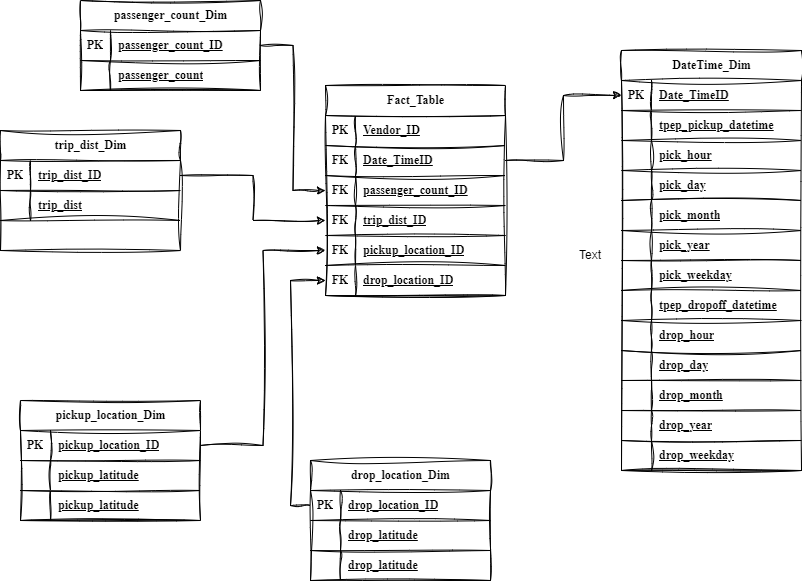
Above: Data_Modelling.drawio.png in SiddharthChavan23/Uber_ETL_Pipeline_DataEngg (draw.io), before the change. Source tidied: cells renumbered, new cells last; positions are measured from the earlier drawing's top-left corner, leaving out a move shared by most shapes.
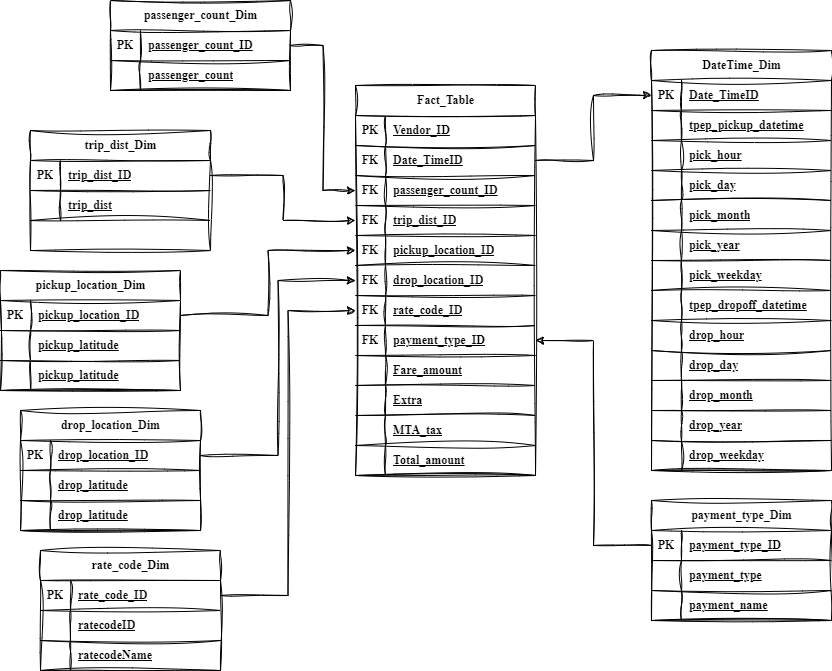
The same file after the commit.

Change to the diagram source:
```diff
@@ -1,9 +1,9 @@
-<mxGraphModel>
+<mxGraphModel background="#FFFFFF">
   <root>
     <mxCell id="0" />
     <mxCell id="1" parent="0" />
     <mxCell id="2" value="Fact_Table" style="shape=table;startSize=30;rowLines=0;fontStyle=1;align=center;html=1;shadow=0;labelBorderColor=none;labelBackgroundColor=none;fontFamily=Times New Roman;sketch=1;curveFitting=1;jiggle=2;swimlaneLine=1;" parent="1" vertex="1">
-      <mxGeometry x="325" y="85" width="180" height="210" as="geometry" />
+      <mxGeometry x="325" y="85" width="180" height="390" as="geometry" />
     </mxCell>
     <mxCell id="3" style="shape=tableRow;horizontal=0;startSize=0;swimlaneHead=0;swimlaneBody=0;fillColor=none;top=0;left=0;right=0;bottom=1;shadow=0;labelBorderColor=none;labelBackgroundColor=none;fontFamily=Times New Roman;sketch=1;curveFitting=1;jiggle=2;swimlaneLine=1;" parent="2" vertex="1">
       <mxGeometry y="30" width="180" height="30" as="geometry" />
@@ -59,6 +59,60 @@
     <mxCell id="20" value="drop_location_ID" style="shape=partialRectangle;fillColor=none;top=0;left=0;bottom=0;right=0;align=left;spacingLeft=6;fontStyle=5;overflow=hidden;whiteSpace=wrap;html=1;shadow=0;labelBorderColor=none;labelBackgroundColor=none;fontFamily=Times New Roman;sketch=1;curveFitting=1;jiggle=2;swimlaneLine=1;" parent="18" vertex="1">
       <mxGeometry x="30" width="150" height="30" as="geometry" />
     </mxCell>
+    <mxCell id="101" style="shape=tableRow;horizontal=0;startSize=0;swimlaneHead=0;swimlaneBody=0;fillColor=none;points=[[0,0.5],[1,0.5]];portConstraint=eastwest;top=0;left=0;right=0;bottom=1;shadow=0;labelBorderColor=none;labelBackgroundColor=none;fontFamily=Times New Roman;sketch=1;curveFitting=1;jiggle=2;swimlaneLine=1;" parent="2" vertex="1">
+      <mxGeometry y="210" width="180" height="30" as="geometry" />
+    </mxCell>
+    <mxCell id="102" value="FK" style="shape=partialRectangle;fillColor=none;top=0;left=0;bottom=0;right=0;fontStyle=1;overflow=hidden;whiteSpace=wrap;html=1;shadow=0;labelBorderColor=none;labelBackgroundColor=none;fontFamily=Times New Roman;sketch=1;curveFitting=1;jiggle=2;swimlaneLine=1;" parent="101" vertex="1">
+      <mxGeometry width="30" height="30" as="geometry" />
+    </mxCell>
+    <mxCell id="103" value="rate_code_ID" style="shape=partialRectangle;fillColor=none;top=0;left=0;bottom=0;right=0;align=left;spacingLeft=6;fontStyle=5;overflow=hidden;whiteSpace=wrap;html=1;shadow=0;labelBorderColor=none;labelBackgroundColor=none;fontFamily=Times New Roman;sketch=1;curveFitting=1;jiggle=2;swimlaneLine=1;" parent="101" vertex="1">
+      <mxGeometry x="30" width="150" height="30" as="geometry" />
+    </mxCell>
+    <mxCell id="104" style="shape=tableRow;horizontal=0;startSize=0;swimlaneHead=0;swimlaneBody=0;fillColor=none;points=[[0,0.5],[1,0.5]];portConstraint=eastwest;top=0;left=0;right=0;bottom=1;shadow=0;labelBorderColor=none;labelBackgroundColor=none;fontFamily=Times New Roman;sketch=1;curveFitting=1;jiggle=2;swimlaneLine=1;" parent="2" vertex="1">
+      <mxGeometry y="240" width="180" height="30" as="geometry" />
+    </mxCell>
+    <mxCell id="105" value="FK" style="shape=partialRectangle;fillColor=none;top=0;left=0;bottom=0;right=0;fontStyle=1;overflow=hidden;whiteSpace=wrap;html=1;shadow=0;labelBorderColor=none;labelBackgroundColor=none;fontFamily=Times New Roman;sketch=1;curveFitting=1;jiggle=2;swimlaneLine=1;" parent="104" vertex="1">
+      <mxGeometry width="30" height="30" as="geometry" />
+    </mxCell>
+    <mxCell id="106" value="payment_type_ID" style="shape=partialRectangle;fillColor=none;top=0;left=0;bottom=0;right=0;align=left;spacingLeft=6;fontStyle=5;overflow=hidden;whiteSpace=wrap;html=1;shadow=0;labelBorderColor=none;labelBackgroundColor=none;fontFamily=Times New Roman;sketch=1;curveFitting=1;jiggle=2;swimlaneLine=1;" parent="104" vertex="1">
+      <mxGeometry x="30" width="150" height="30" as="geometry" />
+    </mxCell>
+    <mxCell id="107" style="shape=tableRow;horizontal=0;startSize=0;swimlaneHead=0;swimlaneBody=0;fillColor=none;top=0;left=0;right=0;bottom=1;shadow=0;labelBorderColor=none;labelBackgroundColor=none;fontFamily=Times New Roman;sketch=1;curveFitting=1;jiggle=2;swimlaneLine=1;" parent="2" vertex="1">
+      <mxGeometry y="270" width="180" height="30" as="geometry" />
+    </mxCell>
+    <mxCell id="108" style="shape=partialRectangle;fillColor=none;top=0;left=0;bottom=0;right=0;fontStyle=1;overflow=hidden;whiteSpace=wrap;html=1;shadow=0;labelBorderColor=none;labelBackgroundColor=none;fontFamily=Times New Roman;sketch=1;curveFitting=1;jiggle=2;swimlaneLine=1;" parent="107" vertex="1">
+      <mxGeometry width="30" height="30" as="geometry" />
+    </mxCell>
+    <mxCell id="109" value="Fare_amount" style="shape=partialRectangle;fillColor=none;top=0;left=0;bottom=0;right=0;align=left;spacingLeft=6;fontStyle=5;overflow=hidden;whiteSpace=wrap;html=1;shadow=0;labelBorderColor=none;labelBackgroundColor=none;fontFamily=Times New Roman;sketch=1;curveFitting=1;jiggle=2;swimlaneLine=1;" parent="107" vertex="1">
+      <mxGeometry x="30" width="150" height="30" as="geometry" />
+    </mxCell>
+    <mxCell id="110" style="shape=tableRow;horizontal=0;startSize=0;swimlaneHead=0;swimlaneBody=0;fillColor=none;top=0;left=0;right=0;bottom=1;shadow=0;labelBorderColor=none;labelBackgroundColor=none;fontFamily=Times New Roman;sketch=1;curveFitting=1;jiggle=2;swimlaneLine=1;" parent="2" vertex="1">
+      <mxGeometry y="300" width="180" height="30" as="geometry" />
+    </mxCell>
+    <mxCell id="111" style="shape=partialRectangle;fillColor=none;top=0;left=0;bottom=0;right=0;fontStyle=1;overflow=hidden;whiteSpace=wrap;html=1;shadow=0;labelBorderColor=none;labelBackgroundColor=none;fontFamily=Times New Roman;sketch=1;curveFitting=1;jiggle=2;swimlaneLine=1;" parent="110" vertex="1">
+      <mxGeometry width="30" height="30" as="geometry" />
+    </mxCell>
+    <mxCell id="112" value="Extra" style="shape=partialRectangle;fillColor=none;top=0;left=0;bottom=0;right=0;align=left;spacingLeft=6;fontStyle=5;overflow=hidden;whiteSpace=wrap;html=1;shadow=0;labelBorderColor=none;labelBackgroundColor=none;fontFamily=Times New Roman;sketch=1;curveFitting=1;jiggle=2;swimlaneLine=1;" parent="110" vertex="1">
+      <mxGeometry x="30" width="150" height="30" as="geometry" />
+    </mxCell>
+    <mxCell id="113" style="shape=tableRow;horizontal=0;startSize=0;swimlaneHead=0;swimlaneBody=0;fillColor=none;top=0;left=0;right=0;bottom=1;shadow=0;labelBorderColor=none;labelBackgroundColor=none;fontFamily=Times New Roman;sketch=1;curveFitting=1;jiggle=2;swimlaneLine=1;" parent="2" vertex="1">
+      <mxGeometry y="330" width="180" height="30" as="geometry" />
+    </mxCell>
+    <mxCell id="114" style="shape=partialRectangle;fillColor=none;top=0;left=0;bottom=0;right=0;fontStyle=1;overflow=hidden;whiteSpace=wrap;html=1;shadow=0;labelBorderColor=none;labelBackgroundColor=none;fontFamily=Times New Roman;sketch=1;curveFitting=1;jiggle=2;swimlaneLine=1;" parent="113" vertex="1">
+      <mxGeometry width="30" height="30" as="geometry" />
+    </mxCell>
+    <mxCell id="115" value="MTA_tax" style="shape=partialRectangle;fillColor=none;top=0;left=0;bottom=0;right=0;align=left;spacingLeft=6;fontStyle=5;overflow=hidden;whiteSpace=wrap;html=1;shadow=0;labelBorderColor=none;labelBackgroundColor=none;fontFamily=Times New Roman;sketch=1;curveFitting=1;jiggle=2;swimlaneLine=1;" parent="113" vertex="1">
+      <mxGeometry x="30" width="150" height="30" as="geometry" />
+    </mxCell>
+    <mxCell id="116" style="shape=tableRow;horizontal=0;startSize=0;swimlaneHead=0;swimlaneBody=0;fillColor=none;top=0;left=0;right=0;bottom=1;shadow=0;labelBorderColor=none;labelBackgroundColor=none;fontFamily=Times New Roman;sketch=1;curveFitting=1;jiggle=2;swimlaneLine=1;" parent="2" vertex="1">
+      <mxGeometry y="360" width="180" height="30" as="geometry" />
+    </mxCell>
+    <mxCell id="117" style="shape=partialRectangle;fillColor=none;top=0;left=0;bottom=0;right=0;fontStyle=1;overflow=hidden;whiteSpace=wrap;html=1;shadow=0;labelBorderColor=none;labelBackgroundColor=none;fontFamily=Times New Roman;sketch=1;curveFitting=1;jiggle=2;swimlaneLine=1;" parent="116" vertex="1">
+      <mxGeometry width="30" height="30" as="geometry" />
+    </mxCell>
+    <mxCell id="118" value="Total_amount" style="shape=partialRectangle;fillColor=none;top=0;left=0;bottom=0;right=0;align=left;spacingLeft=6;fontStyle=5;overflow=hidden;whiteSpace=wrap;html=1;shadow=0;labelBorderColor=none;labelBackgroundColor=none;fontFamily=Times New Roman;sketch=1;curveFitting=1;jiggle=2;swimlaneLine=1;" parent="116" vertex="1">
+      <mxGeometry x="30" width="150" height="30" as="geometry" />
+    </mxCell>
     <mxCell id="21" value="DateTime_Dim" style="shape=table;startSize=30;rowLines=0;fontStyle=1;align=center;html=1;labelBackgroundColor=none;shadow=0;labelBorderColor=none;fontFamily=Times New Roman;sketch=1;curveFitting=1;jiggle=2;swimlaneLine=1;" parent="1" vertex="1">
       <mxGeometry x="621" y="50" width="180" height="420" as="geometry" />
     </mxCell>
@@ -228,7 +282,7 @@
       <mxGeometry relative="1" as="geometry" />
     </mxCell>
     <mxCell id="77" value="pickup_location_Dim" style="shape=table;startSize=30;rowLines=0;fontStyle=1;align=center;html=1;shadow=0;labelBorderColor=none;labelBackgroundColor=none;fontFamily=Times New Roman;sketch=1;curveFitting=1;jiggle=2;swimlaneLine=1;" parent="1" vertex="1">
-      <mxGeometry x="20" y="400" width="180" height="120" as="geometry" />
+      <mxGeometry x="-30" y="270" width="180" height="120" as="geometry" />
     </mxCell>
     <mxCell id="78" style="shape=tableRow;horizontal=0;startSize=0;swimlaneHead=0;swimlaneBody=0;fillColor=none;points=[[0,0.5],[1,0.5]];portConstraint=eastwest;top=0;left=0;right=0;bottom=1;shadow=0;labelBorderColor=none;labelBackgroundColor=none;fontFamily=Times New Roman;sketch=1;curveFitting=1;jiggle=2;swimlaneLine=1;" parent="77" vertex="1">
       <mxGeometry y="30" width="180" height="30" as="geometry" />
@@ -258,7 +312,7 @@
       <mxGeometry x="30" width="150" height="30" as="geometry" />
     </mxCell>
     <mxCell id="87" value="drop_location_Dim" style="shape=table;startSize=30;rowLines=0;fontStyle=1;align=center;html=1;shadow=0;labelBorderColor=none;labelBackgroundColor=none;fontFamily=Times New Roman;sketch=1;curveFitting=1;jiggle=2;swimlaneLine=1;" parent="1" vertex="1">
-      <mxGeometry x="310" y="460" width="180" height="120" as="geometry" />
+      <mxGeometry x="-10" y="410" width="180" height="120" as="geometry" />
     </mxCell>
     <mxCell id="88" style="shape=tableRow;horizontal=0;startSize=0;swimlaneHead=0;swimlaneBody=0;fillColor=none;points=[[0,0.5],[1,0.5]];portConstraint=eastwest;top=0;left=0;right=0;bottom=1;shadow=0;labelBorderColor=none;labelBackgroundColor=none;fontFamily=Times New Roman;sketch=1;curveFitting=1;jiggle=2;swimlaneLine=1;" parent="87" vertex="1">
       <mxGeometry y="30" width="180" height="30" as="geometry" />
@@ -293,11 +347,74 @@
     <mxCell id="98" style="edgeStyle=orthogonalEdgeStyle;rounded=0;jettySize=auto;html=1;exitX=1;exitY=0.5;exitDx=0;exitDy=0;entryX=0;entryY=0.5;entryDx=0;entryDy=0;shadow=0;labelBorderColor=none;labelBackgroundColor=none;fontFamily=Times New Roman;sketch=1;curveFitting=1;jiggle=2;swimlaneLine=1;" parent="1" edge="1" source="78" target="15">
       <mxGeometry relative="1" as="geometry" />
     </mxCell>
+    <mxCell id="119" value="rate_code_Dim" style="shape=table;startSize=30;rowLines=0;fontStyle=1;align=center;html=1;shadow=0;labelBorderColor=none;labelBackgroundColor=none;fontFamily=Times New Roman;sketch=1;curveFitting=1;jiggle=2;swimlaneLine=1;" parent="1" vertex="1">
+      <mxGeometry x="10" y="550" width="180" height="120" as="geometry" />
+    </mxCell>
+    <mxCell id="120" style="shape=tableRow;horizontal=0;startSize=0;swimlaneHead=0;swimlaneBody=0;fillColor=none;points=[[0,0.5],[1,0.5]];portConstraint=eastwest;top=0;left=0;right=0;bottom=1;shadow=0;labelBorderColor=none;labelBackgroundColor=none;fontFamily=Times New Roman;sketch=1;curveFitting=1;jiggle=2;swimlaneLine=1;" parent="119" vertex="1">
+      <mxGeometry y="30" width="180" height="30" as="geometry" />
+    </mxCell>
+    <mxCell id="121" value="PK" style="shape=partialRectangle;fillColor=none;top=0;left=0;bottom=0;right=0;fontStyle=1;overflow=hidden;whiteSpace=wrap;html=1;shadow=0;labelBorderColor=none;labelBackgroundColor=none;fontFamily=Times New Roman;sketch=1;curveFitting=1;jiggle=2;swimlaneLine=1;" parent="120" vertex="1">
+      <mxGeometry width="30" height="30" as="geometry" />
+    </mxCell>
+    <mxCell id="122" value="rate_code_ID" style="shape=partialRectangle;fillColor=none;top=0;left=0;bottom=0;right=0;align=left;spacingLeft=6;fontStyle=5;overflow=hidden;whiteSpace=wrap;html=1;shadow=0;labelBorderColor=none;labelBackgroundColor=none;fontFamily=Times New Roman;sketch=1;curveFitting=1;jiggle=2;swimlaneLine=1;" parent="120" vertex="1">
+      <mxGeometry x="30" width="150" height="30" as="geometry" />
+    </mxCell>
+    <mxCell id="123" style="shape=tableRow;horizontal=0;startSize=0;swimlaneHead=0;swimlaneBody=0;fillColor=none;top=0;left=0;right=0;bottom=1;shadow=0;labelBorderColor=none;labelBackgroundColor=none;fontFamily=Times New Roman;sketch=1;curveFitting=1;jiggle=2;swimlaneLine=1;" parent="119" vertex="1">
+      <mxGeometry y="60" width="180" height="30" as="geometry" />
+    </mxCell>
+    <mxCell id="124" style="shape=partialRectangle;fillColor=none;top=0;left=0;bottom=0;right=0;fontStyle=1;overflow=hidden;whiteSpace=wrap;html=1;shadow=0;labelBorderColor=none;labelBackgroundColor=none;fontFamily=Times New Roman;sketch=1;curveFitting=1;jiggle=2;swimlaneLine=1;" parent="123" vertex="1">
+      <mxGeometry width="30" height="30" as="geometry" />
+    </mxCell>
+    <mxCell id="125" value="ratecodeID" style="shape=partialRectangle;fillColor=none;top=0;left=0;bottom=0;right=0;align=left;spacingLeft=6;fontStyle=5;overflow=hidden;whiteSpace=wrap;html=1;shadow=0;labelBorderColor=none;labelBackgroundColor=none;fontFamily=Times New Roman;sketch=1;curveFitting=1;jiggle=2;swimlaneLine=1;" parent="123" vertex="1">
+      <mxGeometry x="30" width="150" height="30" as="geometry" />
+    </mxCell>
+    <mxCell id="126" style="shape=tableRow;horizontal=0;startSize=0;swimlaneHead=0;swimlaneBody=0;fillColor=none;top=0;left=0;right=0;bottom=1;shadow=0;labelBorderColor=none;labelBackgroundColor=none;fontFamily=Times New Roman;sketch=1;curveFitting=1;jiggle=2;swimlaneLine=1;" parent="119" vertex="1">
+      <mxGeometry y="90" width="180" height="30" as="geometry" />
+    </mxCell>
+    <mxCell id="127" style="shape=partialRectangle;fillColor=none;top=0;left=0;bottom=0;right=0;fontStyle=1;overflow=hidden;whiteSpace=wrap;html=1;shadow=0;labelBorderColor=none;labelBackgroundColor=none;fontFamily=Times New Roman;sketch=1;curveFitting=1;jiggle=2;swimlaneLine=1;" parent="126" vertex="1">
+      <mxGeometry width="30" height="30" as="geometry" />
+    </mxCell>
+    <mxCell id="128" value="ratecodeName" style="shape=partialRectangle;fillColor=none;top=0;left=0;bottom=0;right=0;align=left;spacingLeft=6;fontStyle=5;overflow=hidden;whiteSpace=wrap;html=1;shadow=0;labelBorderColor=none;labelBackgroundColor=none;fontFamily=Times New Roman;sketch=1;curveFitting=1;jiggle=2;swimlaneLine=1;" parent="126" vertex="1">
+      <mxGeometry x="30" width="150" height="30" as="geometry" />
+    </mxCell>
-    <mxCell id="99" style="edgeStyle=orthogonalEdgeStyle;rounded=0;jettySize=auto;html=1;exitX=0;exitY=0.5;exitDx=0;exitDy=0;entryX=0;entryY=0.5;entryDx=0;entryDy=0;shadow=0;labelBorderColor=none;labelBackgroundColor=none;fontFamily=Times New Roman;sketch=1;curveFitting=1;jiggle=2;swimlaneLine=1;" parent="1" edge="1" source="88" target="18">
+    <mxCell id="99" style="edgeStyle=orthogonalEdgeStyle;rounded=0;jettySize=auto;html=1;exitX=1;exitY=0.5;exitDx=0;exitDy=0;entryX=0;entryY=0.5;entryDx=0;entryDy=0;sketch=1;curveFitting=1;jiggle=2;" parent="1" edge="1" source="88" target="18">
       <mxGeometry relative="1" as="geometry" />
     </mxCell>
-    <mxCell id="100" value="Text" style="text;strokeColor=none;align=center;fillColor=none;html=1;verticalAlign=middle;whiteSpace=wrap;rounded=0;" parent="1" vertex="1">
-      <mxGeometry x="560" y="240" width="60" height="30" as="geometry" />
-    </mxCell>
+    <mxCell id="129" style="edgeStyle=orthogonalEdgeStyle;rounded=0;sketch=1;hachureGap=4;jiggle=2;curveFitting=1;jettySize=auto;html=1;exitX=1;exitY=0.5;exitDx=0;exitDy=0;entryX=0;entryY=0.5;entryDx=0;entryDy=0;fontFamily=Architects Daughter;fontSource=https%3A%2F%2Ffonts.googleapis.com%2Fcss%3Ffamily%3DArchitects%2BDaughter;fontSize=16;" parent="1" edge="1" source="120" target="101">
+      <mxGeometry relative="1" as="geometry" />
+    </mxCell>
+    <mxCell id="130" value="payment_type_Dim" style="shape=table;startSize=30;rowLines=0;fontStyle=1;align=center;html=1;shadow=0;labelBorderColor=none;labelBackgroundColor=none;fontFamily=Times New Roman;sketch=1;curveFitting=1;jiggle=2;swimlaneLine=1;" parent="1" vertex="1">
+      <mxGeometry x="621" y="500" width="180" height="120" as="geometry" />
+    </mxCell>
+    <mxCell id="131" style="shape=tableRow;horizontal=0;startSize=0;swimlaneHead=0;swimlaneBody=0;fillColor=none;points=[[0,0.5],[1,0.5]];portConstraint=eastwest;top=0;left=0;right=0;bottom=1;shadow=0;labelBorderColor=none;labelBackgroundColor=none;fontFamily=Times New Roman;sketch=1;curveFitting=1;jiggle=2;swimlaneLine=1;" parent="130" vertex="1">
+      <mxGeometry y="30" width="180" height="30" as="geometry" />
+    </mxCell>
+    <mxCell id="132" value="PK" style="shape=partialRectangle;fillColor=none;top=0;left=0;bottom=0;right=0;fontStyle=1;overflow=hidden;whiteSpace=wrap;html=1;shadow=0;labelBorderColor=none;labelBackgroundColor=none;fontFamily=Times New Roman;sketch=1;curveFitting=1;jiggle=2;swimlaneLine=1;" parent="131" vertex="1">
+      <mxGeometry width="30" height="30" as="geometry" />
+    </mxCell>
+    <mxCell id="133" value="payment_type_ID" style="shape=partialRectangle;fillColor=none;top=0;left=0;bottom=0;right=0;align=left;spacingLeft=6;fontStyle=5;overflow=hidden;whiteSpace=wrap;html=1;shadow=0;labelBorderColor=none;labelBackgroundColor=none;fontFamily=Times New Roman;sketch=1;curveFitting=1;jiggle=2;swimlaneLine=1;" parent="131" vertex="1">
+      <mxGeometry x="30" width="150" height="30" as="geometry" />
+    </mxCell>
+    <mxCell id="134" style="shape=tableRow;horizontal=0;startSize=0;swimlaneHead=0;swimlaneBody=0;fillColor=none;top=0;left=0;right=0;bottom=1;shadow=0;labelBorderColor=none;labelBackgroundColor=none;fontFamily=Times New Roman;sketch=1;curveFitting=1;jiggle=2;swimlaneLine=1;" parent="130" vertex="1">
+      <mxGeometry y="60" width="180" height="30" as="geometry" />
+    </mxCell>
+    <mxCell id="135" style="shape=partialRectangle;fillColor=none;top=0;left=0;bottom=0;right=0;fontStyle=1;overflow=hidden;whiteSpace=wrap;html=1;shadow=0;labelBorderColor=none;labelBackgroundColor=none;fontFamily=Times New Roman;sketch=1;curveFitting=1;jiggle=2;swimlaneLine=1;" parent="134" vertex="1">
+      <mxGeometry width="30" height="30" as="geometry" />
+    </mxCell>
+    <mxCell id="136" value="payment_type" style="shape=partialRectangle;fillColor=none;top=0;left=0;bottom=0;right=0;align=left;spacingLeft=6;fontStyle=5;overflow=hidden;whiteSpace=wrap;html=1;shadow=0;labelBorderColor=none;labelBackgroundColor=none;fontFamily=Times New Roman;sketch=1;curveFitting=1;jiggle=2;swimlaneLine=1;" parent="134" vertex="1">
+      <mxGeometry x="30" width="150" height="30" as="geometry" />
+    </mxCell>
+    <mxCell id="137" style="shape=tableRow;horizontal=0;startSize=0;swimlaneHead=0;swimlaneBody=0;fillColor=none;top=0;left=0;right=0;bottom=1;shadow=0;labelBorderColor=none;labelBackgroundColor=none;fontFamily=Times New Roman;sketch=1;curveFitting=1;jiggle=2;swimlaneLine=1;" parent="130" vertex="1">
+      <mxGeometry y="90" width="180" height="30" as="geometry" />
+    </mxCell>
+    <mxCell id="138" style="shape=partialRectangle;fillColor=none;top=0;left=0;bottom=0;right=0;fontStyle=1;overflow=hidden;whiteSpace=wrap;html=1;shadow=0;labelBorderColor=none;labelBackgroundColor=none;fontFamily=Times New Roman;sketch=1;curveFitting=1;jiggle=2;swimlaneLine=1;" parent="137" vertex="1">
+      <mxGeometry width="30" height="30" as="geometry" />
+    </mxCell>
+    <mxCell id="139" value="payment_name" style="shape=partialRectangle;fillColor=none;top=0;left=0;bottom=0;right=0;align=left;spacingLeft=6;fontStyle=5;overflow=hidden;whiteSpace=wrap;html=1;shadow=0;labelBorderColor=none;labelBackgroundColor=none;fontFamily=Times New Roman;sketch=1;curveFitting=1;jiggle=2;swimlaneLine=1;" parent="137" vertex="1">
+      <mxGeometry x="30" width="150" height="30" as="geometry" />
+    </mxCell>
+    <mxCell id="140" style="edgeStyle=orthogonalEdgeStyle;rounded=0;sketch=1;hachureGap=4;jiggle=2;curveFitting=1;jettySize=auto;html=1;exitX=0;exitY=0.5;exitDx=0;exitDy=0;entryX=1;entryY=0.5;entryDx=0;entryDy=0;fontFamily=Architects Daughter;fontSource=https%3A%2F%2Ffonts.googleapis.com%2Fcss%3Ffamily%3DArchitects%2BDaughter;fontSize=16;" parent="1" edge="1" source="131" target="104">
+      <mxGeometry relative="1" as="geometry" />
+    </mxCell>
   </root>
 </mxGraphModel>
```
